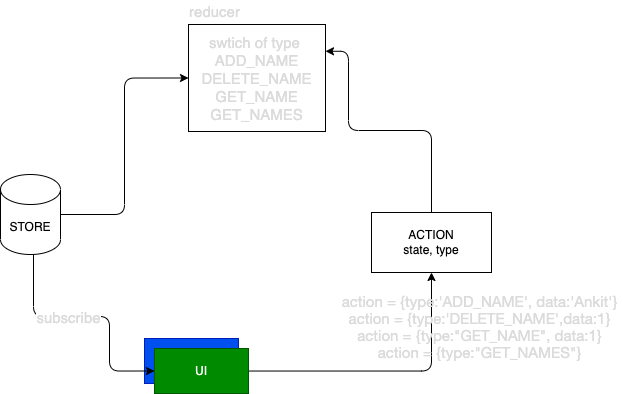
Above: images/day20.drawio.png in adithnaveen/2022-jul-asde-jfs-sapient (draw.io), before the change. Source tidied: cells renumbered, new cells last; positions are measured from the earlier drawing's top-left corner, leaving out a move shared by most shapes. The source it was exported from:
```xml
<mxGraphModel>
  <root>
    <mxCell id="0" />
    <mxCell id="1" parent="0" />
    <mxCell id="2" value="UI" style="rounded=0;whiteSpace=wrap;html=1;fillColor=#0050ef;fontColor=#ffffff;strokeColor=#001DBC;" parent="1" vertex="1">
      <mxGeometry x="144" y="338" width="94" height="45" as="geometry" />
    </mxCell>
    <mxCell id="3" style="edgeStyle=orthogonalEdgeStyle;html=1;fontSize=15;fontColor=#DBDBDB;" parent="1" edge="1" source="4" target="10">
      <mxGeometry relative="1" as="geometry" />
    </mxCell>
    <mxCell id="4" value="UI" style="rounded=0;whiteSpace=wrap;html=1;fillColor=#008a00;fontColor=#ffffff;strokeColor=#005700;" parent="1" vertex="1">
      <mxGeometry x="154" y="348" width="94" height="45" as="geometry" />
    </mxCell>
    <mxCell id="5" style="edgeStyle=orthogonalEdgeStyle;html=1;entryX=0;entryY=0.5;entryDx=0;entryDy=0;fontSize=15;fontColor=#DBDBDB;" parent="1" edge="1" source="8" target="12">
      <mxGeometry relative="1" as="geometry" />
    </mxCell>
    <mxCell id="6" style="edgeStyle=orthogonalEdgeStyle;html=1;entryX=0;entryY=0.5;entryDx=0;entryDy=0;fontSize=15;fontColor=#DBDBDB;" parent="1" edge="1" source="8" target="4">
      <mxGeometry relative="1" as="geometry">
        <Array as="points">
          <mxPoint x="33" y="316" />
          <mxPoint x="109" y="316" />
          <mxPoint x="109" y="371" />
        </Array>
      </mxGeometry>
    </mxCell>
    <mxCell id="7" value="subscribe" style="edgeLabel;html=1;align=center;verticalAlign=middle;fontSize=15;fontColor=#DBDBDB;" parent="6" vertex="1">
      <mxGeometry x="-0.18" y="-1" relative="1" as="geometry" />
    </mxCell>
    <mxCell id="8" value="STORE" style="shape=cylinder3;whiteSpace=wrap;html=1;boundedLbl=1;backgroundOutline=1;size=15;" parent="1" vertex="1">
      <mxGeometry y="174" width="60" height="80" as="geometry" />
    </mxCell>
    <mxCell id="9" style="edgeStyle=orthogonalEdgeStyle;html=1;entryX=1;entryY=0.25;entryDx=0;entryDy=0;fontSize=15;fontColor=#DBDBDB;" parent="1" edge="1" source="10" target="12">
      <mxGeometry relative="1" as="geometry">
        <Array as="points">
          <mxPoint x="431" y="130" />
          <mxPoint x="348" y="130" />
          <mxPoint x="348" y="51" />
        </Array>
      </mxGeometry>
    </mxCell>
    <mxCell id="10" value="ACTION&lt;br&gt;state, type" style="rounded=0;whiteSpace=wrap;html=1;" parent="1" vertex="1">
      <mxGeometry x="371" y="212" width="120" height="60" as="geometry" />
    </mxCell>
    <mxCell id="11" value="&lt;p class=&quot;p1&quot; style=&quot;margin: 0px ; font-stretch: normal ; line-height: normal ; font-family: &amp;#34;helvetica neue&amp;#34; ; font-size: 15px&quot;&gt;&lt;font color=&quot;#dbdbdb&quot; style=&quot;font-size: 15px&quot;&gt;action = {type:'ADD_NAME', data:'Ankit'}&lt;/font&gt;&lt;/p&gt;&lt;p class=&quot;p1&quot; style=&quot;margin: 0px ; font-stretch: normal ; line-height: normal ; font-family: &amp;#34;helvetica neue&amp;#34; ; font-size: 15px&quot;&gt;&lt;font color=&quot;#dbdbdb&quot;&gt;action = {type:'DELETE_NAME',data:1}&lt;/font&gt;&lt;/p&gt;&lt;p class=&quot;p1&quot; style=&quot;margin: 0px ; font-stretch: normal ; line-height: normal ; font-family: &amp;#34;helvetica neue&amp;#34; ; font-size: 15px&quot;&gt;&lt;font color=&quot;#dbdbdb&quot;&gt;action = {type:&quot;GET_NAME&quot;, data:1}&lt;/font&gt;&lt;/p&gt;&lt;p class=&quot;p1&quot; style=&quot;margin: 0px ; font-stretch: normal ; line-height: normal ; font-family: &amp;#34;helvetica neue&amp;#34; ; font-size: 15px&quot;&gt;&lt;font color=&quot;#dbdbdb&quot;&gt;action = {type:&quot;GET_NAMES&quot;}&lt;/font&gt;&lt;/p&gt;" style="text;html=1;align=center;verticalAlign=middle;strokeColor=none;fillColor=none;" parent="1" vertex="1">
      <mxGeometry x="336" y="288" width="286" height="76" as="geometry" />
    </mxCell>
    <mxCell id="12" value="swtich of type&amp;nbsp;&lt;br&gt;ADD_NAME&lt;br&gt;DELETE_NAME&lt;br&gt;GET_NAME&lt;br&gt;GET_NAMES" style="rounded=0;whiteSpace=wrap;html=1;fontSize=15;fontColor=#DBDBDB;" parent="1" vertex="1">
      <mxGeometry x="188" y="24" width="137" height="107" as="geometry" />
    </mxCell>
    <mxCell id="13" value="reducer" style="text;html=1;align=center;verticalAlign=middle;strokeColor=none;fillColor=none;fontSize=15;fontColor=#DBDBDB;" parent="1" vertex="1">
      <mxGeometry x="183" width="61" height="22" as="geometry" />
    </mxCell>
  </root>
</mxGraphModel>
```
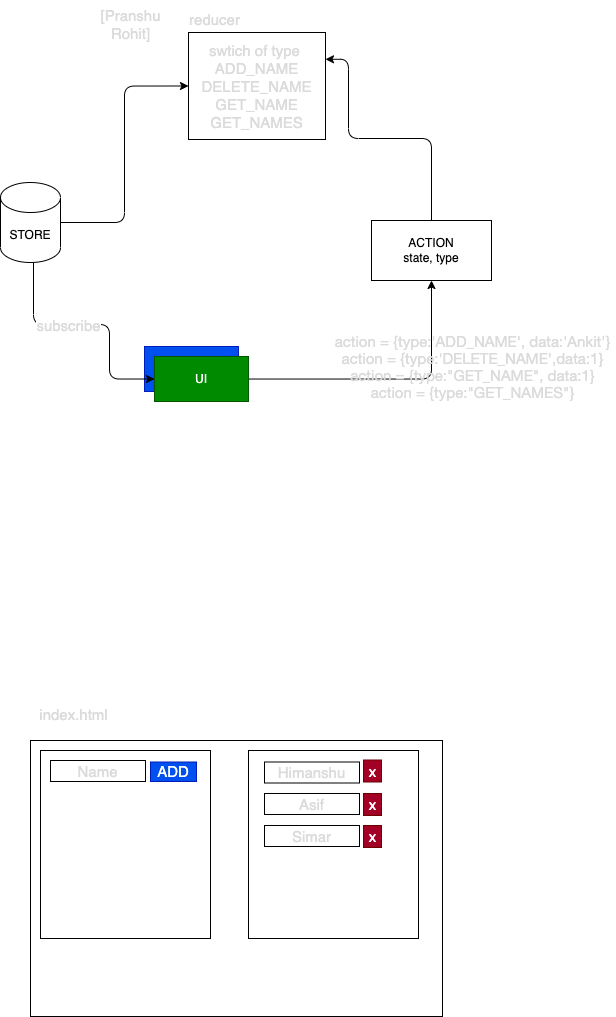
Later version of the same file.

Change to the diagram source:
```diff
@@ -42,7 +42,7 @@
       <mxGeometry x="371" y="212" width="120" height="60" as="geometry" />
     </mxCell>
     <mxCell id="11" value="&lt;p class=&quot;p1&quot; style=&quot;margin: 0px ; font-stretch: normal ; line-height: normal ; font-family: &amp;#34;helvetica neue&amp;#34; ; font-size: 15px&quot;&gt;&lt;font color=&quot;#dbdbdb&quot; style=&quot;font-size: 15px&quot;&gt;action = {type:'ADD_NAME', data:'Ankit'}&lt;/font&gt;&lt;/p&gt;&lt;p class=&quot;p1&quot; style=&quot;margin: 0px ; font-stretch: normal ; line-height: normal ; font-family: &amp;#34;helvetica neue&amp;#34; ; font-size: 15px&quot;&gt;&lt;font color=&quot;#dbdbdb&quot;&gt;action = {type:'DELETE_NAME',data:1}&lt;/font&gt;&lt;/p&gt;&lt;p class=&quot;p1&quot; style=&quot;margin: 0px ; font-stretch: normal ; line-height: normal ; font-family: &amp;#34;helvetica neue&amp;#34; ; font-size: 15px&quot;&gt;&lt;font color=&quot;#dbdbdb&quot;&gt;action = {type:&quot;GET_NAME&quot;, data:1}&lt;/font&gt;&lt;/p&gt;&lt;p class=&quot;p1&quot; style=&quot;margin: 0px ; font-stretch: normal ; line-height: normal ; font-family: &amp;#34;helvetica neue&amp;#34; ; font-size: 15px&quot;&gt;&lt;font color=&quot;#dbdbdb&quot;&gt;action = {type:&quot;GET_NAMES&quot;}&lt;/font&gt;&lt;/p&gt;" style="text;html=1;align=center;verticalAlign=middle;strokeColor=none;fillColor=none;" parent="1" vertex="1">
-      <mxGeometry x="336" y="288" width="286" height="76" as="geometry" />
+      <mxGeometry x="329" y="320" width="286" height="76" as="geometry" />
     </mxCell>
     <mxCell id="12" value="swtich of type&amp;nbsp;&lt;br&gt;ADD_NAME&lt;br&gt;DELETE_NAME&lt;br&gt;GET_NAME&lt;br&gt;GET_NAMES" style="rounded=0;whiteSpace=wrap;html=1;fontSize=15;fontColor=#DBDBDB;" parent="1" vertex="1">
       <mxGeometry x="188" y="24" width="137" height="107" as="geometry" />
@@ -50,5 +50,44 @@
     <mxCell id="13" value="reducer" style="text;html=1;align=center;verticalAlign=middle;strokeColor=none;fillColor=none;fontSize=15;fontColor=#DBDBDB;" parent="1" vertex="1">
       <mxGeometry x="183" width="61" height="22" as="geometry" />
     </mxCell>
+    <mxCell id="14" style="rounded=0;whiteSpace=wrap;html=1;fontSize=15;fontColor=#DBDBDB;" parent="1" vertex="1">
+      <mxGeometry x="30" y="732" width="412" height="276" as="geometry" />
+    </mxCell>
+    <mxCell id="15" style="rounded=0;whiteSpace=wrap;html=1;fontSize=15;fontColor=#DBDBDB;" parent="1" vertex="1">
+      <mxGeometry x="40" y="742" width="170" height="188" as="geometry" />
+    </mxCell>
+    <mxCell id="16" value="Name" style="rounded=0;whiteSpace=wrap;html=1;fontSize=15;fontColor=#DBDBDB;" parent="1" vertex="1">
+      <mxGeometry x="50" y="752" width="95" height="21" as="geometry" />
+    </mxCell>
+    <mxCell id="17" value="ADD" style="rounded=0;whiteSpace=wrap;html=1;fontSize=15;fontColor=#ffffff;fillColor=#0050ef;strokeColor=#001DBC;" parent="1" vertex="1">
+      <mxGeometry x="150" y="753.5" width="46" height="19.5" as="geometry" />
+    </mxCell>
+    <mxCell id="18" style="rounded=0;whiteSpace=wrap;html=1;fontSize=15;fontColor=#DBDBDB;" parent="1" vertex="1">
+      <mxGeometry x="248" y="742" width="170" height="188" as="geometry" />
+    </mxCell>
+    <mxCell id="19" value="Himanshu" style="rounded=0;whiteSpace=wrap;html=1;fontSize=15;fontColor=#DBDBDB;" parent="1" vertex="1">
+      <mxGeometry x="264" y="753.5" width="95" height="21" as="geometry" />
+    </mxCell>
+    <mxCell id="20" value="Asif" style="rounded=0;whiteSpace=wrap;html=1;fontSize=15;fontColor=#DBDBDB;" parent="1" vertex="1">
+      <mxGeometry x="264" y="785" width="95" height="21" as="geometry" />
+    </mxCell>
+    <mxCell id="21" value="Simar" style="rounded=0;whiteSpace=wrap;html=1;fontSize=15;fontColor=#DBDBDB;" parent="1" vertex="1">
+      <mxGeometry x="264" y="817" width="95" height="21" as="geometry" />
+    </mxCell>
+    <mxCell id="22" value="x" style="text;html=1;align=center;verticalAlign=middle;strokeColor=#6F0000;fillColor=#a20025;fontSize=15;fontColor=#ffffff;" parent="1" vertex="1">
+      <mxGeometry x="363" y="751.5" width="18" height="22" as="geometry" />
+    </mxCell>
+    <mxCell id="23" value="x" style="text;html=1;align=center;verticalAlign=middle;strokeColor=#6F0000;fillColor=#a20025;fontSize=15;fontColor=#ffffff;" parent="1" vertex="1">
+      <mxGeometry x="363" y="785" width="18" height="22" as="geometry" />
+    </mxCell>
+    <mxCell id="24" value="x" style="text;html=1;align=center;verticalAlign=middle;strokeColor=#6F0000;fillColor=#a20025;fontSize=15;fontColor=#ffffff;" parent="1" vertex="1">
+      <mxGeometry x="363" y="817" width="18" height="22" as="geometry" />
+    </mxCell>
+    <mxCell id="25" value="index.html" style="text;html=1;align=center;verticalAlign=middle;strokeColor=none;fillColor=none;fontSize=15;fontColor=#DBDBDB;" parent="1" vertex="1">
+      <mxGeometry x="34" y="695" width="78" height="22" as="geometry" />
+    </mxCell>
+    <mxCell id="26" value="[Pranshu&lt;br&gt;Rohit]" style="text;html=1;strokeColor=none;fillColor=none;align=center;verticalAlign=middle;whiteSpace=wrap;rounded=0;fontSize=15;fontColor=#DBDBDB;" parent="1" vertex="1">
+      <mxGeometry x="96" y="-8" width="69" height="47" as="geometry" />
+    </mxCell>
   </root>
 </mxGraphModel>
```
